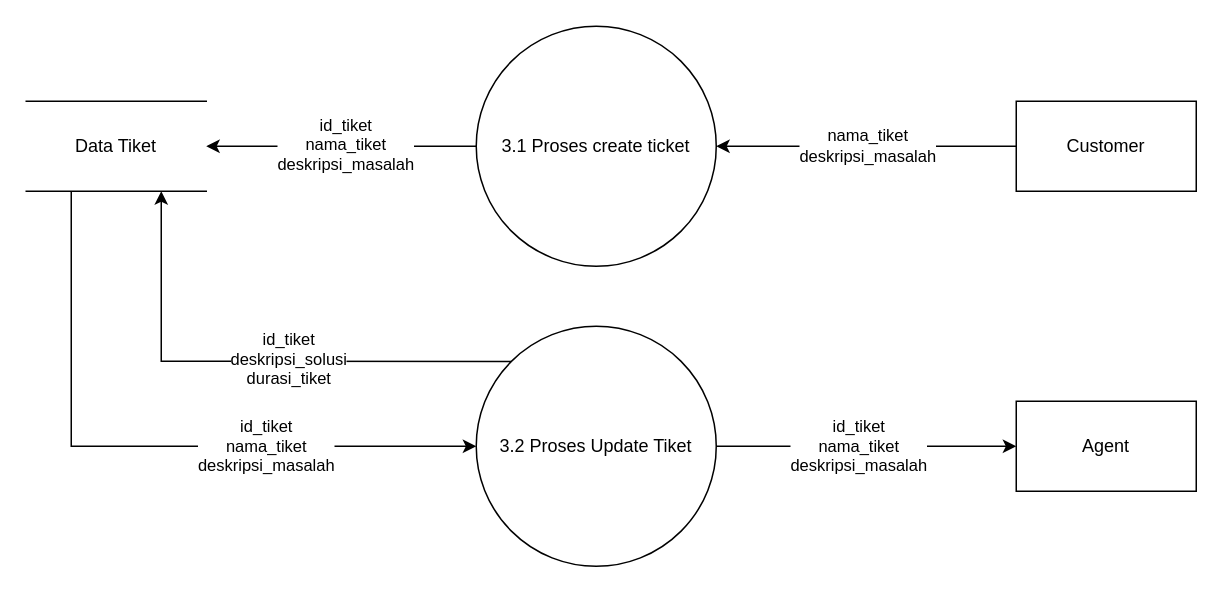
Before: skripsi-dfd1-3.drawio in raflialkindhi/graph-save, a draw.io diagram. Source tidied: cells renumbered, new cells numbered last; positions are measured from the earlier drawing's top-left corner, leaving out a move shared by most shapes. Both pictures are drawn from the tidied source at 150%, with x=0, y=0 at pixel (26, 26).
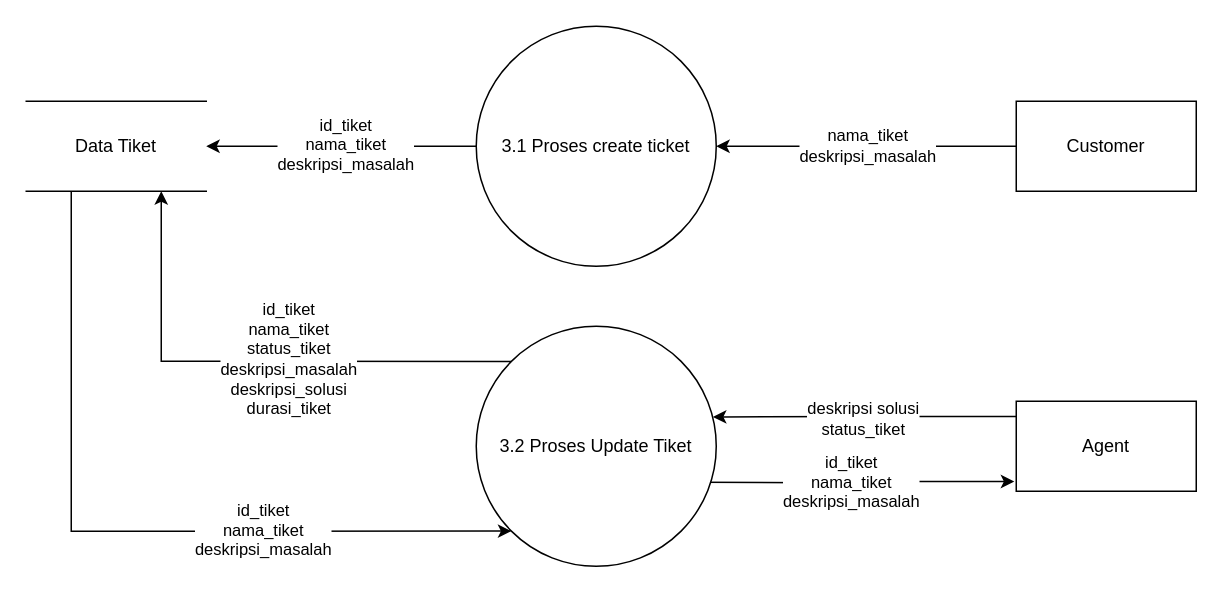
After the change.

The change refers to these unchanged cells:
```xml
<mxCell id="10" value="Data Tiket" style="shape=partialRectangle;whiteSpace=wrap;html=1;left=0;right=0;fillColor=none;" parent="1" vertex="1">
  <mxGeometry y="50" width="120" height="60" as="geometry" />
</mxCell>
<mxCell id="13" style="edgeStyle=orthogonalEdgeStyle;rounded=0;jettySize=auto;html=1;exitX=0;exitY=0;exitDx=0;exitDy=0;entryX=0.75;entryY=1;entryDx=0;entryDy=0;" parent="1" edge="1" source="15" target="10">
  <mxGeometry relative="1" as="geometry" />
</mxCell>
<mxCell id="15" value="3.2 Proses Update Tiket" style="ellipse;whiteSpace=wrap;html=1;" parent="1" vertex="1">
  <mxGeometry x="300" y="200" width="160" height="160" as="geometry" />
</mxCell>
<mxCell id="16" value="Agent" style="rounded=0;whiteSpace=wrap;html=1;" parent="1" vertex="1">
  <mxGeometry x="660" y="250" width="120" height="60" as="geometry" />
</mxCell>
```

Diff of the diagram source:
```diff
@@
-    <mxCell id="8" style="edgeStyle=orthogonalEdgeStyle;rounded=0;jettySize=auto;html=1;exitX=0.25;exitY=1;exitDx=0;exitDy=0;entryX=0;entryY=0.5;entryDx=0;entryDy=0;" parent="1" edge="1" source="10" target="15">
-      <mxGeometry relative="1" as="geometry" />
+    <mxCell id="8" style="edgeStyle=orthogonalEdgeStyle;rounded=0;jettySize=auto;html=1;exitX=0.25;exitY=1;exitDx=0;exitDy=0;entryX=0;entryY=1;entryDx=0;entryDy=0;" parent="1" edge="1" source="10" target="15">
+      <mxGeometry relative="1" as="geometry">
+        <Array as="points">
+          <mxPoint x="30" y="337" />
+        </Array>
+      </mxGeometry>
     </mxCell>
@@
-    <mxCell id="11" style="edgeStyle=orthogonalEdgeStyle;rounded=0;jettySize=auto;html=1;exitX=1;exitY=0.5;exitDx=0;exitDy=0;entryX=0;entryY=0.5;entryDx=0;entryDy=0;" parent="1" edge="1" source="15" target="16">
-      <mxGeometry relative="1" as="geometry" />
+    <mxCell id="11" style="edgeStyle=orthogonalEdgeStyle;rounded=0;jettySize=auto;html=1;entryX=-0.011;entryY=0.892;entryDx=0;entryDy=0;entryPerimeter=0;" parent="1" edge="1" target="16">
+      <mxGeometry relative="1" as="geometry">
+        <mxPoint x="450" y="304" as="sourcePoint" />
+      </mxGeometry>
     </mxCell>
@@
-    <mxCell id="14" value="&lt;div&gt;id_tiket&lt;/div&gt;&lt;div&gt;deskripsi_solusi&lt;/div&gt;&lt;div&gt;durasi_tiket&lt;br&gt;&lt;/div&gt;" style="edgeLabel;html=1;align=center;verticalAlign=middle;" parent="13" vertex="1">
+    <mxCell id="14" value="&lt;div&gt;id_tiket&lt;/div&gt;&lt;div&gt;nama_tiket&lt;br&gt;&lt;/div&gt;&lt;div&gt;status_tiket&lt;br&gt;&lt;/div&gt;&lt;div&gt;deskripsi_masalah&lt;/div&gt;&lt;div&gt;deskripsi_solusi&lt;/div&gt;&lt;div&gt;durasi_tiket&lt;br&gt;&lt;/div&gt;" style="edgeLabel;html=1;align=center;verticalAlign=middle;" parent="13" vertex="1">
       <mxGeometry x="-0.14" y="-2" relative="1" as="geometry" />
     </mxCell>
@@
+    <mxCell id="17" style="edgeStyle=orthogonalEdgeStyle;rounded=0;jettySize=auto;html=1;exitX=0;exitY=0.169;exitDx=0;exitDy=0;entryX=0.986;entryY=0.378;entryDx=0;entryDy=0;entryPerimeter=0;exitPerimeter=0;" parent="1" edge="1" source="16" target="15">
+      <mxGeometry relative="1" as="geometry" />
+    </mxCell>
+    <mxCell id="18" value="&lt;div&gt;deskripsi solusi&lt;/div&gt;&lt;div&gt;status_tiket&lt;br&gt;&lt;/div&gt;" style="edgeLabel;html=1;align=center;verticalAlign=middle;" parent="17" vertex="1">
+      <mxGeometry x="0.02" y="1" relative="1" as="geometry" />
+    </mxCell>
```
